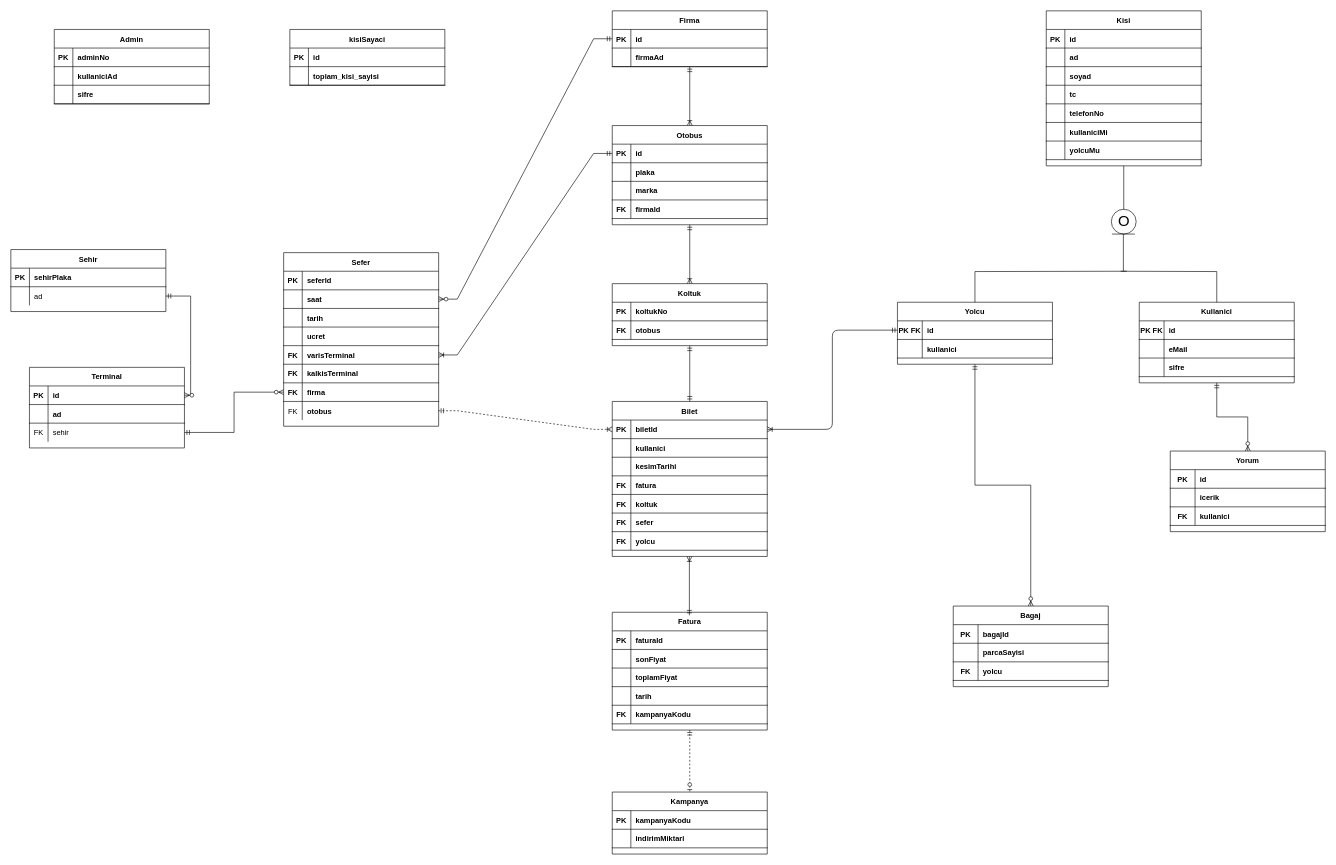
Before: BAYturizm crowsfoot.drawio in AhmetCebeci/BAY_Tourism, a draw.io diagram. Source tidied: cells renumbered, new cells numbered last; positions are measured from the earlier drawing's top-left corner, leaving out a move shared by most shapes. Both pictures are drawn from the tidied source at 62%, with x=0, y=0 at pixel (11, 11).
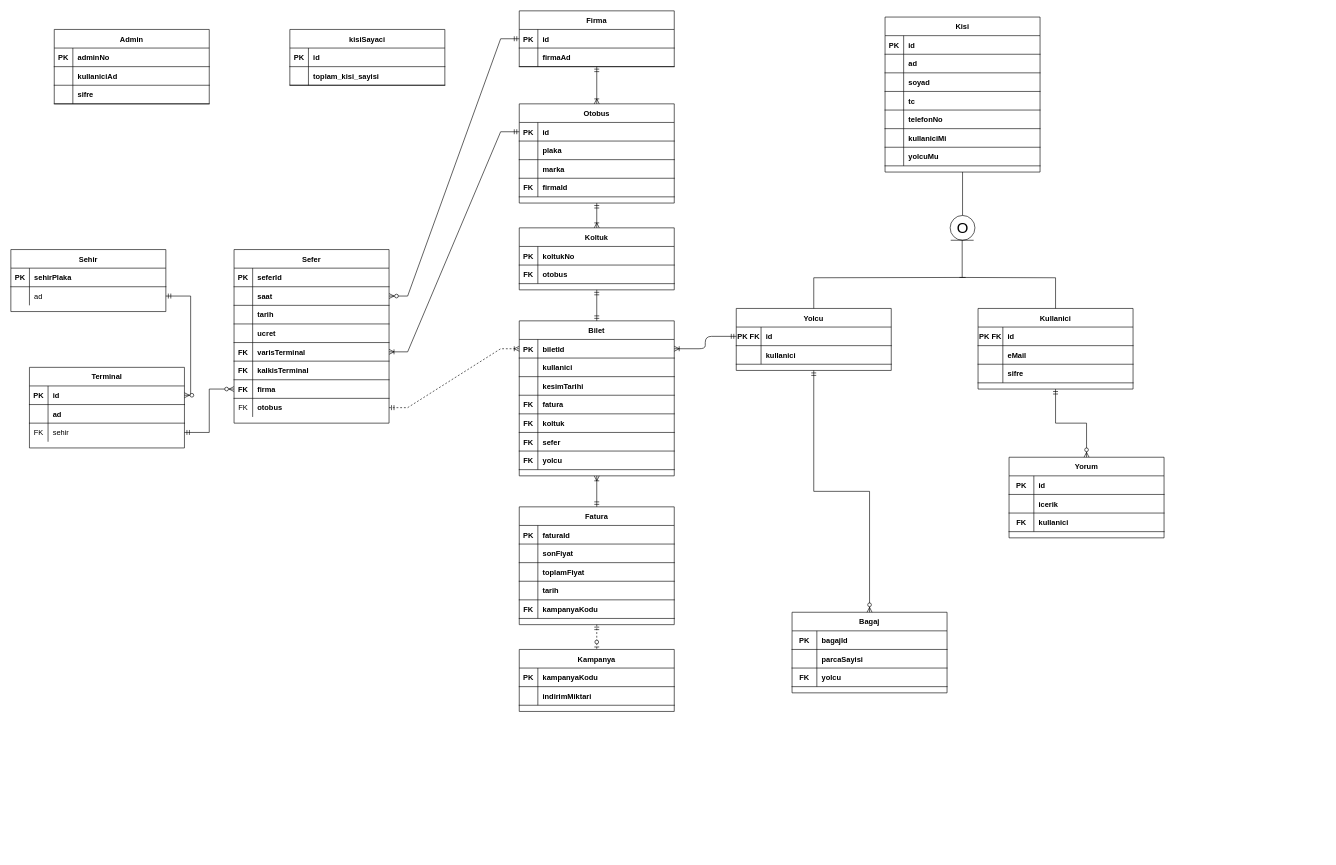
The same diagram, later.

What changed in the source:
```diff
@@
     <mxCell id="19" value="Sefer" style="shape=table;startSize=30;childLayout=tableLayout;rowLines=0;fontStyle=1;align=center;" parent="1" vertex="1">
-      <mxGeometry x="440" y="390" width="250" height="280" as="geometry" />
+      <mxGeometry x="360" y="385" width="250" height="280" as="geometry" />
     </mxCell>
@@
     <mxCell id="44" value="Firma" style="shape=table;startSize=30;childLayout=tableLayout;rowLines=0;fontStyle=1;align=center;" parent="1" vertex="1">
-      <mxGeometry x="970" width="250" height="90" as="geometry" />
+      <mxGeometry x="820" width="250" height="90" as="geometry" />
     </mxCell>
@@
     <mxCell id="52" value="Otobus" style="shape=table;startSize=30;childLayout=tableLayout;rowLines=0;fontStyle=1;align=center;" parent="1" vertex="1">
-      <mxGeometry x="970" y="185" width="250" height="160" as="geometry" />
+      <mxGeometry x="820" y="150" width="250" height="160" as="geometry" />
     </mxCell>
@@
     <mxCell id="66" value="Koltuk" style="shape=table;startSize=30;childLayout=tableLayout;rowLines=0;fontStyle=1;align=center;" parent="1" vertex="1">
-      <mxGeometry x="970" y="440" width="250" height="100" as="geometry" />
+      <mxGeometry x="820" y="350" width="250" height="100" as="geometry" />
     </mxCell>
@@
-    <mxCell id="73" style="fontSize=12;html=1;endArrow=ERoneToMany;startArrow=ERmandOne;rounded=1;jumpSize=2;" parent="1" edge="1" target="66">
-      <mxGeometry relative="1" as="geometry">
-        <mxPoint x="1095" y="345" as="sourcePoint" />
-      </mxGeometry>
+    <mxCell id="73" style="fontSize=12;html=1;endArrow=ERoneToMany;startArrow=ERmandOne;rounded=1;jumpSize=2;exitX=0.5;exitY=1;exitDx=0;exitDy=0;" parent="1" edge="1" source="52" target="66">
+      <mxGeometry relative="1" as="geometry" />
     </mxCell>
     <mxCell id="74" value="Bilet" style="shape=table;startSize=30;childLayout=tableLayout;rowLines=0;fontStyle=1;align=center;" parent="1" vertex="1">
-      <mxGeometry x="970" y="630" width="250" height="250" as="geometry" />
+      <mxGeometry x="820" y="500" width="250" height="250" as="geometry" />
     </mxCell>
@@
     <mxCell id="96" value="Fatura" style="shape=table;startSize=30;childLayout=tableLayout;rowLines=0;fontStyle=1;align=center;" parent="1" vertex="1">
-      <mxGeometry x="970" y="970" width="250" height="190" as="geometry" />
+      <mxGeometry x="820" y="800" width="250" height="190" as="geometry" />
     </mxCell>
@@
-    <mxCell id="112" style="fontSize=12;html=1;endArrow=ERoneToMany;startArrow=ERmandOne;rounded=1;jumpSize=2;" parent="1" edge="1">
-      <mxGeometry relative="1" as="geometry">
-        <mxPoint x="1094.4" y="975" as="sourcePoint" />
-        <mxPoint x="1094.4" y="880" as="targetPoint" />
-      </mxGeometry>
+    <mxCell id="112" style="fontSize=12;html=1;endArrow=ERoneToMany;startArrow=ERmandOne;rounded=1;jumpSize=2;entryX=0.5;entryY=1;entryDx=0;entryDy=0;exitX=0.5;exitY=0;exitDx=0;exitDy=0;" parent="1" edge="1" source="96" target="74">
+      <mxGeometry relative="1" as="geometry" />
     </mxCell>
     <mxCell id="113" value="Kampanya" style="shape=table;startSize=30;childLayout=tableLayout;rowLines=0;fontStyle=1;align=center;" parent="1" vertex="1">
-      <mxGeometry x="970" y="1260" width="250" height="100" as="geometry" />
+      <mxGeometry x="820" y="1030" width="250" height="100" as="geometry" />
     </mxCell>
@@
     <mxCell id="120" value="Yolcu" style="shape=table;startSize=30;childLayout=tableLayout;rowLines=0;fontStyle=1;align=center;" parent="1" vertex="1">
-      <mxGeometry x="1430" y="470" width="250" height="100" as="geometry" />
+      <mxGeometry x="1170" y="480" width="250" height="100" as="geometry" />
     </mxCell>
@@
     <mxCell id="127" value="Kisi" style="shape=table;startSize=30;childLayout=tableLayout;rowLines=0;fontStyle=1;align=center;" parent="1" vertex="1">
-      <mxGeometry x="1670" width="250" height="250" as="geometry" />
+      <mxGeometry x="1410" y="10" width="250" height="250" as="geometry" />
     </mxCell>
@@
     <mxCell id="149" value="Bagaj" style="shape=table;startSize=30;childLayout=tableLayout;rowLines=0;fontStyle=1;align=center;" parent="1" vertex="1">
-      <mxGeometry x="1520" y="960" width="250" height="130" as="geometry" />
+      <mxGeometry x="1260" y="970" width="250" height="130" as="geometry" />
     </mxCell>
@@
     <mxCell id="159" value="Kullanici" style="shape=table;startSize=30;childLayout=tableLayout;rowLines=0;fontStyle=1;align=center;" parent="1" vertex="1">
-      <mxGeometry x="1820" y="470" width="250" height="130" as="geometry" />
+      <mxGeometry x="1560" y="480" width="250" height="130" as="geometry" />
     </mxCell>
@@
     <mxCell id="169" value="Yorum" style="shape=table;startSize=30;childLayout=tableLayout;rowLines=0;fontStyle=1;align=center;" parent="1" vertex="1">
-      <mxGeometry x="1870" y="710" width="250" height="130" as="geometry" />
+      <mxGeometry x="1610" y="720" width="250" height="130" as="geometry" />
     </mxCell>
@@
     <mxCell id="197" style="fontSize=12;html=1;endArrow=none;rounded=0;strokeColor=default;align=center;verticalAlign=middle;fontFamily=Helvetica;fontColor=default;labelBackgroundColor=default;startArrow=baseDash;startFill=0;startSize=35;endFill=0;" parent="1" edge="1">
       <mxGeometry relative="1" as="geometry">
-        <mxPoint x="1794.4" y="360" as="sourcePoint" />
-        <mxPoint x="1794.4" y="420" as="targetPoint" />
+        <mxPoint x="1534.4" y="370" as="sourcePoint" />
+        <mxPoint x="1534.4" y="430" as="targetPoint" />
       </mxGeometry>
     </mxCell>
     <mxCell id="198" style="fontSize=12;html=1;endArrow=oval;rounded=0;strokeColor=default;align=center;verticalAlign=middle;fontFamily=Helvetica;fontColor=default;labelBackgroundColor=default;startArrow=none;startFill=0;endFill=0;endSize=40;exitX=0.5;exitY=1;exitDx=0;exitDy=0;" parent="1" edge="1" source="127">
       <mxGeometry relative="1" as="geometry">
-        <mxPoint x="1795" y="340" as="targetPoint" />
+        <mxPoint x="1535" y="350" as="targetPoint" />
       </mxGeometry>
     </mxCell>
     <mxCell id="199" style="edgeStyle=orthogonalEdgeStyle;fontSize=12;html=1;endArrow=none;rounded=0;strokeColor=default;align=center;verticalAlign=middle;fontFamily=Helvetica;fontColor=default;labelBackgroundColor=default;startArrow=none;startFill=0;endFill=0;entryX=0.5;entryY=0;entryDx=0;entryDy=0;" parent="1" edge="1" target="159">
       <mxGeometry relative="1" as="geometry">
-        <mxPoint x="1790" y="420" as="sourcePoint" />
+        <mxPoint x="1530" y="430" as="sourcePoint" />
       </mxGeometry>
     </mxCell>
     <mxCell id="200" style="edgeStyle=orthogonalEdgeStyle;fontSize=12;html=1;endArrow=none;rounded=0;strokeColor=default;align=center;verticalAlign=middle;fontFamily=Helvetica;fontColor=default;labelBackgroundColor=default;startArrow=none;startFill=0;endFill=0;entryX=0.5;entryY=0;entryDx=0;entryDy=0;" parent="1" edge="1" target="120">
       <mxGeometry relative="1" as="geometry">
-        <mxPoint x="1800" y="420" as="sourcePoint" />
+        <mxPoint x="1540" y="430" as="sourcePoint" />
       </mxGeometry>
     </mxCell>
     <mxCell id="201" value="O" style="text;html=1;align=center;verticalAlign=middle;strokeColor=none;fillColor=none;fontFamily=Helvetica;fontSize=24;fontColor=default;labelBackgroundColor=default;" parent="1" vertex="1">
-      <mxGeometry x="1775" y="320" width="40" height="40" as="geometry" />
+      <mxGeometry x="1515" y="330" width="40" height="40" as="geometry" />
     </mxCell>
```
